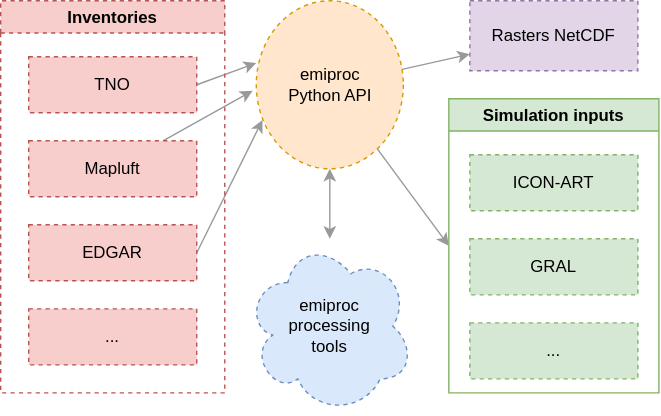
This is docs/source/diagrams/pipeline.drawio.svg from C2SM-RCM/emiproc, a draw.io export, as it was before one commit. Source tidied: cells renumbered, new cells last; positions are measured from the earlier drawing's top-left corner, leaving out a move shared by most shapes.
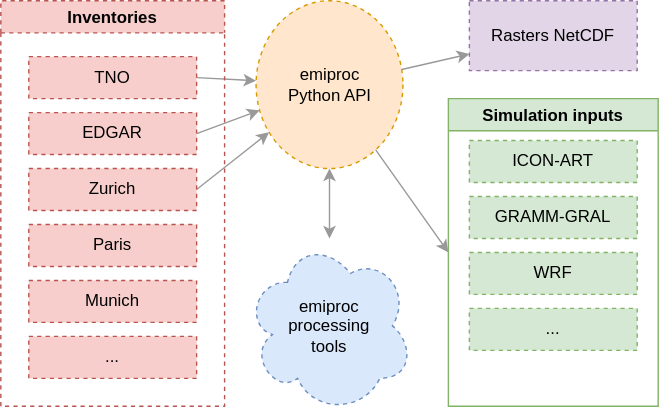
After the commit.

Commit message:
added wrf to pipeline image

What changed in the source:
```diff
@@ -5,13 +5,13 @@
     <mxCell id="2" value="emiproc&lt;br&gt;Python API" style="ellipse;whiteSpace=wrap;html=1;dashed=1;fillColor=#ffe6cc;strokeColor=#d79b00;" parent="1" vertex="1">
       <mxGeometry x="182.5" width="105" height="120" as="geometry" />
     </mxCell>
-    <mxCell id="3" style="endArrow=classic;html=1;rounded=0;exitX=1;exitY=0.5;exitDx=0;exitDy=0;entryX=0;entryY=0.371;entryDx=0;entryDy=0;entryPerimeter=0;fillColor=#f5f5f5;strokeColor=#999999;" parent="1" edge="1" source="12" target="2">
+    <mxCell id="3" style="endArrow=classic;html=1;rounded=0;exitX=1;exitY=0.5;exitDx=0;exitDy=0;fillColor=#f5f5f5;strokeColor=#999999;" parent="1" edge="1" source="12" target="2">
       <mxGeometry relative="1" as="geometry" />
     </mxCell>
-    <mxCell id="4" style="endArrow=classic;html=1;rounded=0;entryX=-0.025;entryY=0.536;entryDx=0;entryDy=0;entryPerimeter=0;fillColor=#f5f5f5;strokeColor=#999999;" parent="1" edge="1" source="9" target="2">
+    <mxCell id="4" style="endArrow=classic;html=1;rounded=0;fillColor=#f5f5f5;strokeColor=#999999;exitX=1;exitY=0.5;exitDx=0;exitDy=0;" parent="1" edge="1" source="9" target="2">
       <mxGeometry relative="1" as="geometry" />
     </mxCell>
-    <mxCell id="5" style="endArrow=classic;html=1;rounded=0;exitX=1;exitY=0.5;exitDx=0;exitDy=0;entryX=0.042;entryY=0.71;entryDx=0;entryDy=0;entryPerimeter=0;fillColor=#f5f5f5;strokeColor=#999999;" parent="1" edge="1" source="10" target="2">
+    <mxCell id="5" style="endArrow=classic;html=1;rounded=0;exitX=1;exitY=0.5;exitDx=0;exitDy=0;fillColor=#f5f5f5;strokeColor=#999999;" parent="1" edge="1" source="10" target="2">
       <mxGeometry relative="1" as="geometry" />
     </mxCell>
     <mxCell id="6" value="emiproc&lt;br&gt;processing&lt;br&gt;tools" style="ellipse;shape=cloud;whiteSpace=wrap;html=1;dashed=1;fillColor=#dae8fc;strokeColor=#6c8ebf;" parent="1" vertex="1">
@@ -21,32 +21,41 @@
       <mxGeometry relative="1" as="geometry" />
     </mxCell>
     <mxCell id="8" value="Inventories" style="swimlane;dashed=1;fillColor=#f8cecc;strokeColor=#b85450;" parent="1" vertex="1">
-      <mxGeometry width="160" height="280" as="geometry" />
+      <mxGeometry width="160" height="290" as="geometry" />
     </mxCell>
-    <mxCell id="9" value="Mapluft" style="rounded=0;whiteSpace=wrap;html=1;dashed=1;fillColor=#f8cecc;strokeColor=#b85450;" parent="8" vertex="1">
-      <mxGeometry x="20" y="100" width="120" height="40" as="geometry" />
-    </mxCell>
     <mxCell id="10" value="EDGAR" style="rounded=0;whiteSpace=wrap;html=1;dashed=1;fillColor=#f8cecc;strokeColor=#b85450;" parent="8" vertex="1">
-      <mxGeometry x="20" y="160" width="120" height="40" as="geometry" />
+      <mxGeometry x="20" y="80" width="120" height="30" as="geometry" />
     </mxCell>
     <mxCell id="11" value="..." style="rounded=0;whiteSpace=wrap;html=1;dashed=1;fillColor=#f8cecc;strokeColor=#b85450;" parent="8" vertex="1">
-      <mxGeometry x="20" y="220" width="120" height="40" as="geometry" />
+      <mxGeometry x="20" y="240" width="120" height="30" as="geometry" />
     </mxCell>
     <mxCell id="12" value="TNO" style="rounded=0;whiteSpace=wrap;html=1;dashed=1;fillColor=#f8cecc;strokeColor=#b85450;" parent="8" vertex="1">
-      <mxGeometry x="20" y="40" width="120" height="40" as="geometry" />
+      <mxGeometry x="20" y="40" width="120" height="30" as="geometry" />
     </mxCell>
+    <mxCell id="9" value="Zurich" style="rounded=0;whiteSpace=wrap;html=1;dashed=1;fillColor=#f8cecc;strokeColor=#b85450;" parent="8" vertex="1">
+      <mxGeometry x="20" y="120" width="120" height="30" as="geometry" />
+    </mxCell>
+    <mxCell id="20" value="Paris" style="rounded=0;whiteSpace=wrap;html=1;dashed=1;fillColor=#f8cecc;strokeColor=#b85450;" parent="8" vertex="1">
+      <mxGeometry x="20" y="160" width="120" height="30" as="geometry" />
+    </mxCell>
+    <mxCell id="21" value="Munich" style="rounded=0;whiteSpace=wrap;html=1;dashed=1;fillColor=#f8cecc;strokeColor=#b85450;" parent="8" vertex="1">
+      <mxGeometry x="20" y="200" width="120" height="30" as="geometry" />
+    </mxCell>
     <mxCell id="13" value="Simulation inputs" style="swimlane;fillColor=#d5e8d4;strokeColor=#82b366;" parent="1" vertex="1">
-      <mxGeometry x="320" y="70" width="150" height="210" as="geometry" />
+      <mxGeometry x="320" y="70" width="150" height="220" as="geometry" />
     </mxCell>
     <mxCell id="14" value="ICON-ART" style="rounded=0;whiteSpace=wrap;html=1;dashed=1;fillColor=#d5e8d4;strokeColor=#82b366;" parent="13" vertex="1">
-      <mxGeometry x="15" y="40" width="120" height="40" as="geometry" />
+      <mxGeometry x="15" y="30" width="120" height="30" as="geometry" />
     </mxCell>
-    <mxCell id="15" value="GRAL" style="rounded=0;whiteSpace=wrap;html=1;dashed=1;fillColor=#d5e8d4;strokeColor=#82b366;" parent="13" vertex="1">
-      <mxGeometry x="15" y="100" width="120" height="40" as="geometry" />
+    <mxCell id="15" value="GRAMM-GRAL" style="rounded=0;whiteSpace=wrap;html=1;dashed=1;fillColor=#d5e8d4;strokeColor=#82b366;" parent="13" vertex="1">
+      <mxGeometry x="15" y="70" width="120" height="30" as="geometry" />
     </mxCell>
-    <mxCell id="16" value="..." style="rounded=0;whiteSpace=wrap;html=1;dashed=1;fillColor=#d5e8d4;strokeColor=#82b366;" parent="13" vertex="1">
-      <mxGeometry x="15" y="160" width="120" height="40" as="geometry" />
+    <mxCell id="16" value="WRF" style="rounded=0;whiteSpace=wrap;html=1;dashed=1;fillColor=#d5e8d4;strokeColor=#82b366;" parent="13" vertex="1">
+      <mxGeometry x="15" y="110" width="120" height="30" as="geometry" />
     </mxCell>
+    <mxCell id="22" value="..." style="rounded=0;whiteSpace=wrap;html=1;dashed=1;fillColor=#d5e8d4;strokeColor=#82b366;" parent="13" vertex="1">
+      <mxGeometry x="15" y="150" width="120" height="30" as="geometry" />
+    </mxCell>
     <mxCell id="17" style="endArrow=classic;html=1;rounded=0;fillColor=#f5f5f5;strokeColor=#999999;startArrow=classic;startFill=1;" parent="1" edge="1" source="6" target="2">
       <mxGeometry relative="1" as="geometry" />
     </mxCell>
```
